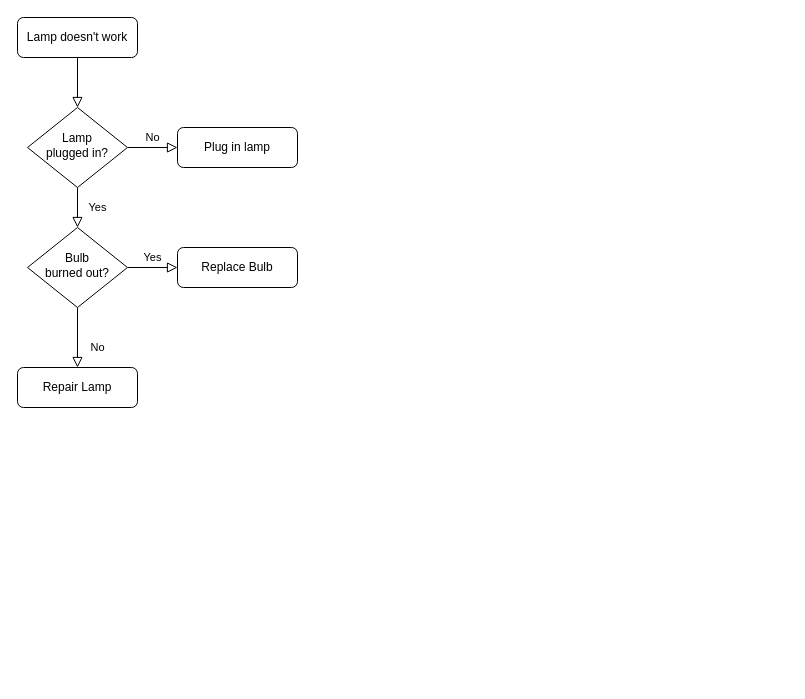
The draw.io diagram 1.drawio in Wanwan0407/Web-wan, before the edit. Source tidied: cells renumbered, new cells numbered last; positions are measured from the earlier drawing's top-left corner, leaving out a move shared by most shapes. Both pictures are drawn from the tidied source at 100%, with x=0, y=0 at pixel (17, 17).
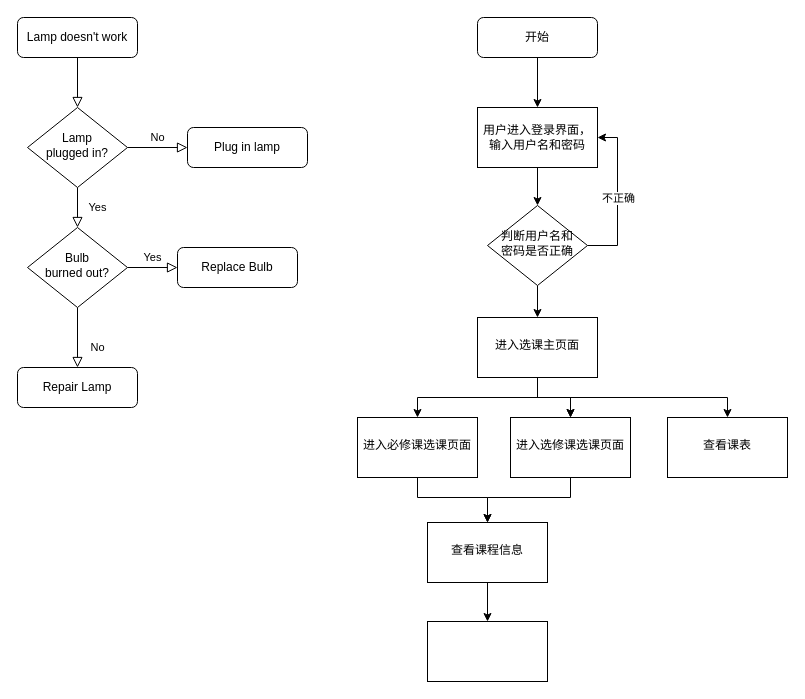
Above is the later version.

Diff of the diagram source:
```diff
@@
     <mxCell id="7" value="Plug in lamp" style="rounded=1;whiteSpace=wrap;html=1;fontSize=12;glass=0;strokeWidth=1;shadow=0;" parent="1" vertex="1">
-      <mxGeometry x="160" y="110" width="120" height="40" as="geometry" />
+      <mxGeometry x="170" y="110" width="120" height="40" as="geometry" />
     </mxCell>
@@
+    <mxCell id="13" style="edgeStyle=orthogonalEdgeStyle;rounded=0;jettySize=auto;html=1;" parent="1" edge="1" source="14" target="20">
+      <mxGeometry relative="1" as="geometry" />
+    </mxCell>
+    <mxCell id="14" value="开始" style="rounded=1;whiteSpace=wrap;html=1;fontSize=12;glass=0;strokeWidth=1;shadow=0;" parent="1" vertex="1">
+      <mxGeometry x="460" width="120" height="40" as="geometry" />
+    </mxCell>
+    <mxCell id="15" style="edgeStyle=orthogonalEdgeStyle;rounded=0;jettySize=auto;html=1;entryX=1;entryY=0.5;entryDx=0;entryDy=0;" parent="1" edge="1" source="18" target="20">
+      <mxGeometry relative="1" as="geometry">
+        <Array as="points">
+          <mxPoint x="600" y="228" />
+          <mxPoint x="600" y="120" />
+        </Array>
+      </mxGeometry>
+    </mxCell>
+    <mxCell id="16" value="不正确" style="edgeLabel;html=1;align=center;verticalAlign=middle;" parent="15" vertex="1">
+      <mxGeometry x="-0.18" y="-9" relative="1" as="geometry">
+        <mxPoint x="-9" y="-13" as="offset" />
+      </mxGeometry>
+    </mxCell>
+    <mxCell id="17" style="edgeStyle=orthogonalEdgeStyle;rounded=0;jettySize=auto;html=1;" parent="1" edge="1" source="18" target="25">
+      <mxGeometry relative="1" as="geometry" />
+    </mxCell>
+    <mxCell id="18" value="判断用户名和&lt;br&gt;密码是否正确" style="rhombus;whiteSpace=wrap;html=1;shadow=0;fontFamily=Helvetica;fontSize=12;align=center;strokeWidth=1;spacing=6;spacingTop=-4;" parent="1" vertex="1">
+      <mxGeometry x="470" y="188" width="100" height="80" as="geometry" />
+    </mxCell>
+    <mxCell id="19" style="edgeStyle=orthogonalEdgeStyle;rounded=0;jettySize=auto;html=1;exitX=0.5;exitY=1;exitDx=0;exitDy=0;entryX=0.5;entryY=0;entryDx=0;entryDy=0;" parent="1" edge="1" source="20" target="18">
+      <mxGeometry relative="1" as="geometry" />
+    </mxCell>
+    <mxCell id="20" value="用户进入登录界面，输入用户名和密码" style="whiteSpace=wrap;html=1;rounded=0;glass=0;strokeWidth=1;shadow=0;" parent="1" vertex="1">
+      <mxGeometry x="460" y="90" width="120" height="60" as="geometry" />
+    </mxCell>
+    <mxCell id="21" style="edgeStyle=orthogonalEdgeStyle;rounded=0;jettySize=auto;html=1;" parent="1" edge="1" source="25" target="27">
+      <mxGeometry relative="1" as="geometry" />
+    </mxCell>
+    <mxCell id="22" style="edgeStyle=orthogonalEdgeStyle;rounded=0;jettySize=auto;html=1;" parent="1" edge="1" source="25" target="29">
+      <mxGeometry relative="1" as="geometry" />
+    </mxCell>
+    <mxCell id="23" style="edgeStyle=orthogonalEdgeStyle;rounded=0;jettySize=auto;html=1;" parent="1" edge="1" source="25" target="29">
+      <mxGeometry relative="1" as="geometry" />
+    </mxCell>
+    <mxCell id="24" style="edgeStyle=orthogonalEdgeStyle;rounded=0;jettySize=auto;html=1;exitX=0.5;exitY=1;exitDx=0;exitDy=0;" parent="1" edge="1" source="25" target="30">
+      <mxGeometry relative="1" as="geometry" />
+    </mxCell>
+    <mxCell id="25" value="进入选课主页面" style="whiteSpace=wrap;html=1;shadow=0;strokeWidth=1;spacing=6;spacingTop=-4;" parent="1" vertex="1">
+      <mxGeometry x="460" y="300" width="120" height="60" as="geometry" />
+    </mxCell>
+    <mxCell id="26" style="edgeStyle=orthogonalEdgeStyle;rounded=0;jettySize=auto;html=1;" parent="1" edge="1" source="27" target="32">
+      <mxGeometry relative="1" as="geometry">
+        <Array as="points">
+          <mxPoint x="400" y="480" />
+          <mxPoint x="470" y="480" />
+        </Array>
+      </mxGeometry>
+    </mxCell>
+    <mxCell id="27" value="进入必修课选课页面" style="whiteSpace=wrap;html=1;shadow=0;strokeWidth=1;spacing=6;spacingTop=-4;" parent="1" vertex="1">
+      <mxGeometry x="340" y="400" width="120" height="60" as="geometry" />
+    </mxCell>
+    <mxCell id="28" style="edgeStyle=orthogonalEdgeStyle;rounded=0;jettySize=auto;html=1;exitX=0.5;exitY=1;exitDx=0;exitDy=0;entryX=0.5;entryY=0;entryDx=0;entryDy=0;" parent="1" edge="1" source="29" target="32">
+      <mxGeometry relative="1" as="geometry">
+        <Array as="points">
+          <mxPoint x="553" y="480" />
+          <mxPoint x="470" y="480" />
+        </Array>
+      </mxGeometry>
+    </mxCell>
+    <mxCell id="29" value="进入选修课选课页面" style="whiteSpace=wrap;html=1;shadow=0;strokeWidth=1;spacing=6;spacingTop=-4;" parent="1" vertex="1">
+      <mxGeometry x="493" y="400" width="120" height="60" as="geometry" />
+    </mxCell>
+    <mxCell id="30" value="查看课表" style="whiteSpace=wrap;html=1;shadow=0;strokeWidth=1;spacing=6;spacingTop=-4;" parent="1" vertex="1">
+      <mxGeometry x="650" y="400" width="120" height="60" as="geometry" />
+    </mxCell>
+    <mxCell id="31" style="edgeStyle=orthogonalEdgeStyle;rounded=0;jettySize=auto;html=1;" parent="1" edge="1" source="32" target="33">
+      <mxGeometry relative="1" as="geometry" />
+    </mxCell>
+    <mxCell id="32" value="查看课程信息" style="whiteSpace=wrap;html=1;shadow=0;strokeWidth=1;spacing=6;spacingTop=-4;" parent="1" vertex="1">
+      <mxGeometry x="410" y="505" width="120" height="60" as="geometry" />
+    </mxCell>
+    <mxCell id="33" style="whiteSpace=wrap;html=1;shadow=0;strokeWidth=1;spacing=6;spacingTop=-4;" parent="1" vertex="1">
+      <mxGeometry x="410" y="604" width="120" height="60" as="geometry" />
+    </mxCell>
```
